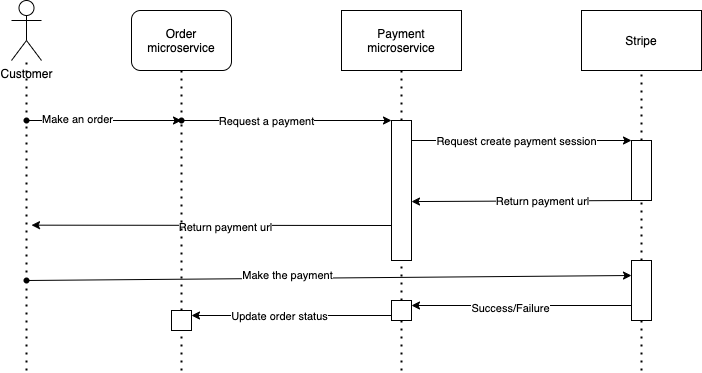
This is flow.drawio.png from ltlkong/stripe-payment, a draw.io export, as it was before one commit. Source tidied: cells renumbered, new cells last; positions are measured from the earlier drawing's top-left corner, leaving out a move shared by most shapes. Source of this version:
```xml
<mxGraphModel>
  <root>
    <mxCell id="0" />
    <mxCell id="1" parent="0" />
    <mxCell id="2" value="Payment microservice" style="rounded=0;whiteSpace=wrap;html=1;" parent="1" vertex="1">
      <mxGeometry x="335" y="10" width="120" height="60" as="geometry" />
    </mxCell>
    <mxCell id="3" value="Stripe" style="rounded=0;whiteSpace=wrap;html=1;" parent="1" vertex="1">
      <mxGeometry x="575" y="10" width="120" height="60" as="geometry" />
    </mxCell>
    <mxCell id="4" style="endArrow=none;dashed=1;html=1;dashPattern=1 3;strokeWidth=2;entryX=0.5;entryY=1;entryDx=0;entryDy=0;startArrow=none;" parent="1" edge="1" source="11" target="2">
      <mxGeometry relative="1" as="geometry" />
    </mxCell>
    <mxCell id="5" style="endArrow=none;dashed=1;html=1;dashPattern=1 3;strokeWidth=2;entryX=0.5;entryY=1;entryDx=0;entryDy=0;startArrow=none;" parent="1" edge="1" source="21" target="3">
      <mxGeometry relative="1" as="geometry" />
    </mxCell>
    <mxCell id="6" value="Order microservice" style="rounded=1;whiteSpace=wrap;html=1;" parent="1" vertex="1">
      <mxGeometry x="125" y="10" width="100" height="60" as="geometry" />
    </mxCell>
    <mxCell id="7" style="edgeStyle=none;html=1;entryX=0;entryY=0;entryDx=0;entryDy=0;" parent="1" edge="1" target="21">
      <mxGeometry relative="1" as="geometry">
        <mxPoint x="405" y="140" as="sourcePoint" />
      </mxGeometry>
    </mxCell>
    <mxCell id="8" value="Request create payment session" style="edgeLabel;html=1;align=center;verticalAlign=middle;" parent="7" vertex="1">
      <mxGeometry x="-0.05" relative="1" as="geometry" />
    </mxCell>
    <mxCell id="9" style="edgeStyle=none;html=1;exitX=0;exitY=0.75;exitDx=0;exitDy=0;" parent="1" edge="1" source="11">
      <mxGeometry relative="1" as="geometry">
        <mxPoint x="25" y="224.7" as="targetPoint" />
      </mxGeometry>
    </mxCell>
    <mxCell id="10" value="Return payment url" style="edgeLabel;html=1;align=center;verticalAlign=middle;" parent="9" vertex="1">
      <mxGeometry x="-0.07" y="2" relative="1" as="geometry" />
    </mxCell>
    <mxCell id="11" style="rounded=0;whiteSpace=wrap;html=1;" parent="1" vertex="1">
      <mxGeometry x="385" y="120" width="20" height="140" as="geometry" />
    </mxCell>
    <mxCell id="12" style="endArrow=none;dashed=1;html=1;dashPattern=1 3;strokeWidth=2;entryX=0.5;entryY=1;entryDx=0;entryDy=0;startArrow=none;" parent="1" edge="1" source="39" target="11">
      <mxGeometry relative="1" as="geometry" />
    </mxCell>
    <mxCell id="13" style="endArrow=none;dashed=1;html=1;dashPattern=1 3;strokeWidth=2;entryX=0.5;entryY=1;entryDx=0;entryDy=0;startArrow=none;" parent="1" edge="1" source="17" target="6">
      <mxGeometry relative="1" as="geometry" />
    </mxCell>
    <mxCell id="14" style="edgeStyle=none;html=1;entryX=0;entryY=0;entryDx=0;entryDy=0;startArrow=none;" parent="1" edge="1" source="17" target="11">
      <mxGeometry relative="1" as="geometry" />
    </mxCell>
    <mxCell id="15" value="Request a payment" style="edgeLabel;html=1;align=center;verticalAlign=middle;" parent="14" vertex="1">
      <mxGeometry x="-0.2" relative="1" as="geometry" />
    </mxCell>
    <mxCell id="16" style="endArrow=none;dashed=1;html=1;dashPattern=1 3;strokeWidth=2;startArrow=none;" parent="1" edge="1" source="41">
      <mxGeometry relative="1" as="geometry">
        <mxPoint x="175" y="120" as="targetPoint" />
      </mxGeometry>
    </mxCell>
    <mxCell id="17" style="shape=waypoint;sketch=0;fillStyle=solid;size=6;points=[];fillColor=none;perimeter=centerPerimeter;snapToPoint=1;" parent="1" vertex="1">
      <mxGeometry x="155" y="100" width="40" height="40" as="geometry" />
    </mxCell>
    <mxCell id="18" style="edgeStyle=none;html=1;entryDx=0;entryDy=0;endArrow=none;" parent="1" edge="1" target="17">
      <mxGeometry relative="1" as="geometry">
        <mxPoint x="175" y="120" as="sourcePoint" />
      </mxGeometry>
    </mxCell>
    <mxCell id="19" style="edgeStyle=none;html=1;exitX=0;exitY=1;exitDx=0;exitDy=0;entryX=1;entryY=0.579;entryDx=0;entryDy=0;entryPerimeter=0;" parent="1" edge="1" source="21" target="11">
      <mxGeometry relative="1" as="geometry" />
    </mxCell>
    <mxCell id="20" value="Return payment url" style="edgeLabel;html=1;align=center;verticalAlign=middle;" parent="19" vertex="1">
      <mxGeometry x="-0.18" relative="1" as="geometry" />
    </mxCell>
    <mxCell id="21" style="rounded=0;whiteSpace=wrap;html=1;" parent="1" vertex="1">
      <mxGeometry x="625" y="140" width="20" height="60" as="geometry" />
    </mxCell>
    <mxCell id="22" style="endArrow=none;dashed=1;html=1;dashPattern=1 3;strokeWidth=2;entryX=0.5;entryY=1;entryDx=0;entryDy=0;startArrow=none;" parent="1" edge="1" source="35" target="21">
      <mxGeometry relative="1" as="geometry" />
    </mxCell>
    <mxCell id="23" value="Customer" style="shape=umlActor;verticalLabelPosition=bottom;verticalAlign=top;html=1;outlineConnect=0;" parent="1" vertex="1">
      <mxGeometry x="5" width="30" height="60" as="geometry" />
    </mxCell>
    <mxCell id="24" style="endArrow=none;dashed=1;html=1;dashPattern=1 3;strokeWidth=2;startArrow=none;" parent="1" edge="1" source="27" target="23">
      <mxGeometry relative="1" as="geometry" />
    </mxCell>
    <mxCell id="25" style="edgeStyle=none;html=1;entryX=0.475;entryY=0.65;entryDx=0;entryDy=0;entryPerimeter=0;" parent="1" edge="1" source="27" target="17">
      <mxGeometry relative="1" as="geometry" />
    </mxCell>
    <mxCell id="26" value="Make an order" style="edgeLabel;html=1;align=center;verticalAlign=middle;" parent="25" vertex="1">
      <mxGeometry x="-0.34" y="2" relative="1" as="geometry">
        <mxPoint x="-1" as="offset" />
      </mxGeometry>
    </mxCell>
    <mxCell id="27" style="shape=waypoint;sketch=0;fillStyle=solid;size=6;points=[];fillColor=none;perimeter=centerPerimeter;snapToPoint=1;" parent="1" vertex="1">
      <mxGeometry y="100" width="40" height="40" as="geometry" />
    </mxCell>
    <mxCell id="28" style="endArrow=none;dashed=1;html=1;dashPattern=1 3;strokeWidth=2;startArrow=none;" parent="1" edge="1" source="31" target="27">
      <mxGeometry relative="1" as="geometry" />
    </mxCell>
    <mxCell id="29" style="edgeStyle=none;html=1;entryX=0;entryY=0.25;entryDx=0;entryDy=0;" parent="1" edge="1" source="31" target="35">
      <mxGeometry relative="1" as="geometry" />
    </mxCell>
    <mxCell id="30" value="Make the payment" style="edgeLabel;html=1;align=center;verticalAlign=middle;" parent="29" vertex="1">
      <mxGeometry x="-0.14" y="3" relative="1" as="geometry" />
    </mxCell>
    <mxCell id="31" style="shape=waypoint;sketch=0;fillStyle=solid;size=6;points=[];fillColor=none;perimeter=centerPerimeter;snapToPoint=1;" parent="1" vertex="1">
      <mxGeometry y="260" width="40" height="40" as="geometry" />
    </mxCell>
    <mxCell id="32" style="endArrow=none;dashed=1;html=1;dashPattern=1 3;strokeWidth=2;" parent="1" edge="1" target="31">
      <mxGeometry relative="1" as="geometry">
        <mxPoint x="20" y="370" as="sourcePoint" />
      </mxGeometry>
    </mxCell>
    <mxCell id="33" style="edgeStyle=none;html=1;exitX=0;exitY=0.75;exitDx=0;exitDy=0;entryX=1;entryY=0.25;entryDx=0;entryDy=0;" parent="1" edge="1" source="35" target="39">
      <mxGeometry relative="1" as="geometry" />
    </mxCell>
    <mxCell id="34" value="Success/Failure" style="edgeLabel;html=1;align=center;verticalAlign=middle;" parent="33" vertex="1">
      <mxGeometry x="0.1" y="2" relative="1" as="geometry" />
    </mxCell>
    <mxCell id="35" style="rounded=0;whiteSpace=wrap;html=1;" parent="1" vertex="1">
      <mxGeometry x="625" y="260" width="20" height="60" as="geometry" />
    </mxCell>
    <mxCell id="36" style="endArrow=none;dashed=1;html=1;dashPattern=1 3;strokeWidth=2;entryX=0.5;entryY=1;entryDx=0;entryDy=0;" parent="1" edge="1" target="35">
      <mxGeometry relative="1" as="geometry">
        <mxPoint x="635" y="370" as="sourcePoint" />
      </mxGeometry>
    </mxCell>
    <mxCell id="37" style="edgeStyle=none;html=1;exitX=0;exitY=0.75;exitDx=0;exitDy=0;entryX=1;entryY=0.25;entryDx=0;entryDy=0;" parent="1" edge="1" source="39" target="41">
      <mxGeometry relative="1" as="geometry" />
    </mxCell>
    <mxCell id="38" value="Update order status" style="edgeLabel;html=1;align=center;verticalAlign=middle;" parent="37" vertex="1">
      <mxGeometry x="0.12" relative="1" as="geometry" />
    </mxCell>
    <mxCell id="39" style="rounded=0;whiteSpace=wrap;html=1;" parent="1" vertex="1">
      <mxGeometry x="385" y="300" width="20" height="20" as="geometry" />
    </mxCell>
    <mxCell id="40" style="endArrow=none;dashed=1;html=1;dashPattern=1 3;strokeWidth=2;entryX=0.5;entryY=1;entryDx=0;entryDy=0;" parent="1" edge="1" target="39">
      <mxGeometry relative="1" as="geometry">
        <mxPoint x="395" y="370" as="sourcePoint" />
      </mxGeometry>
    </mxCell>
    <mxCell id="41" style="rounded=0;whiteSpace=wrap;html=1;" parent="1" vertex="1">
      <mxGeometry x="165" y="310" width="20" height="20" as="geometry" />
    </mxCell>
    <mxCell id="42" style="endArrow=none;dashed=1;html=1;dashPattern=1 3;strokeWidth=2;" parent="1" edge="1" target="41">
      <mxGeometry relative="1" as="geometry">
        <mxPoint x="175" y="370" as="sourcePoint" />
      </mxGeometry>
    </mxCell>
  </root>
</mxGraphModel>
```
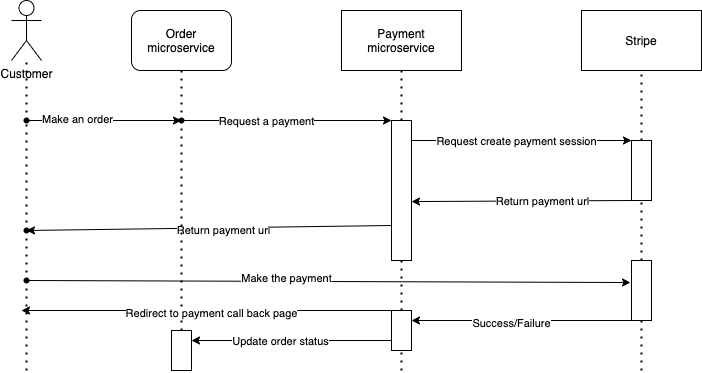
The same file after the commit.

Diff of the diagram source:
```diff
@@ -25,10 +25,8 @@
     <mxCell id="8" value="Request create payment session" style="edgeLabel;html=1;align=center;verticalAlign=middle;" parent="7" vertex="1">
       <mxGeometry x="-0.05" relative="1" as="geometry" />
     </mxCell>
-    <mxCell id="9" style="edgeStyle=none;html=1;exitX=0;exitY=0.75;exitDx=0;exitDy=0;" parent="1" edge="1" source="11">
-      <mxGeometry relative="1" as="geometry">
-        <mxPoint x="25" y="224.7" as="targetPoint" />
-      </mxGeometry>
+    <mxCell id="9" style="edgeStyle=none;html=1;exitX=0;exitY=0.75;exitDx=0;exitDy=0;entryX=0.625;entryY=0.5;entryDx=0;entryDy=0;entryPerimeter=0;" parent="1" edge="1" source="11" target="45">
+      <mxGeometry relative="1" as="geometry" />
     </mxCell>
     <mxCell id="10" value="Return payment url" style="edgeLabel;html=1;align=center;verticalAlign=middle;" parent="9" vertex="1">
       <mxGeometry x="-0.07" y="2" relative="1" as="geometry" />
@@ -90,10 +88,10 @@
     <mxCell id="27" style="shape=waypoint;sketch=0;fillStyle=solid;size=6;points=[];fillColor=none;perimeter=centerPerimeter;snapToPoint=1;" parent="1" vertex="1">
       <mxGeometry y="100" width="40" height="40" as="geometry" />
     </mxCell>
-    <mxCell id="28" style="endArrow=none;dashed=1;html=1;dashPattern=1 3;strokeWidth=2;startArrow=none;" parent="1" edge="1" source="31" target="27">
+    <mxCell id="28" style="endArrow=none;dashed=1;html=1;dashPattern=1 3;strokeWidth=2;startArrow=none;" parent="1" edge="1" source="45" target="27">
       <mxGeometry relative="1" as="geometry" />
     </mxCell>
-    <mxCell id="29" style="edgeStyle=none;html=1;entryX=0;entryY=0.25;entryDx=0;entryDy=0;" parent="1" edge="1" source="31" target="35">
+    <mxCell id="29" style="edgeStyle=none;html=1;entryX=-0.05;entryY=0.367;entryDx=0;entryDy=0;entryPerimeter=0;" parent="1" edge="1" source="31" target="35">
       <mxGeometry relative="1" as="geometry" />
     </mxCell>
     <mxCell id="30" value="Make the payment" style="edgeLabel;html=1;align=center;verticalAlign=middle;" parent="29" vertex="1">
@@ -102,12 +100,12 @@
     <mxCell id="31" style="shape=waypoint;sketch=0;fillStyle=solid;size=6;points=[];fillColor=none;perimeter=centerPerimeter;snapToPoint=1;" parent="1" vertex="1">
       <mxGeometry y="260" width="40" height="40" as="geometry" />
     </mxCell>
-    <mxCell id="32" style="endArrow=none;dashed=1;html=1;dashPattern=1 3;strokeWidth=2;" parent="1" edge="1" target="31">
+    <mxCell id="32" style="endArrow=none;dashed=1;html=1;dashPattern=1 3;strokeWidth=2;entryX=0.475;entryY=0.35;entryDx=0;entryDy=0;entryPerimeter=0;" parent="1" edge="1" target="31">
       <mxGeometry relative="1" as="geometry">
         <mxPoint x="20" y="370" as="sourcePoint" />
       </mxGeometry>
     </mxCell>
-    <mxCell id="33" style="edgeStyle=none;html=1;exitX=0;exitY=0.75;exitDx=0;exitDy=0;entryX=1;entryY=0.25;entryDx=0;entryDy=0;" parent="1" edge="1" source="35" target="39">
+    <mxCell id="33" style="edgeStyle=none;html=1;exitX=0;exitY=1;exitDx=0;exitDy=0;entryX=1;entryY=0.25;entryDx=0;entryDy=0;" parent="1" edge="1" source="35" target="39">
       <mxGeometry relative="1" as="geometry" />
     </mxCell>
     <mxCell id="34" value="Success/Failure" style="edgeLabel;html=1;align=center;verticalAlign=middle;" parent="33" vertex="1">
@@ -127,8 +125,16 @@
     <mxCell id="38" value="Update order status" style="edgeLabel;html=1;align=center;verticalAlign=middle;" parent="37" vertex="1">
       <mxGeometry x="0.12" relative="1" as="geometry" />
     </mxCell>
+    <mxCell id="43" style="edgeStyle=none;html=1;exitX=0;exitY=0;exitDx=0;exitDy=0;" parent="1" edge="1" source="39">
+      <mxGeometry relative="1" as="geometry">
+        <mxPoint x="15" y="310" as="targetPoint" />
+      </mxGeometry>
+    </mxCell>
+    <mxCell id="44" value="Redirect to payment call back page" style="edgeLabel;html=1;align=center;verticalAlign=middle;" parent="43" vertex="1">
+      <mxGeometry x="-0.02" y="2" relative="1" as="geometry" />
+    </mxCell>
     <mxCell id="39" style="rounded=0;whiteSpace=wrap;html=1;" parent="1" vertex="1">
-      <mxGeometry x="385" y="300" width="20" height="20" as="geometry" />
+      <mxGeometry x="385" y="310" width="20" height="40" as="geometry" />
     </mxCell>
     <mxCell id="40" style="endArrow=none;dashed=1;html=1;dashPattern=1 3;strokeWidth=2;entryX=0.5;entryY=1;entryDx=0;entryDy=0;" parent="1" edge="1" target="39">
       <mxGeometry relative="1" as="geometry">
@@ -136,12 +142,18 @@
       </mxGeometry>
     </mxCell>
     <mxCell id="41" style="rounded=0;whiteSpace=wrap;html=1;" parent="1" vertex="1">
-      <mxGeometry x="165" y="310" width="20" height="20" as="geometry" />
+      <mxGeometry x="165" y="330" width="20" height="40" as="geometry" />
     </mxCell>
     <mxCell id="42" style="endArrow=none;dashed=1;html=1;dashPattern=1 3;strokeWidth=2;" parent="1" edge="1" target="41">
       <mxGeometry relative="1" as="geometry">
         <mxPoint x="175" y="370" as="sourcePoint" />
       </mxGeometry>
     </mxCell>
+    <mxCell id="45" style="shape=waypoint;sketch=0;fillStyle=solid;size=6;points=[];fillColor=none;perimeter=centerPerimeter;snapToPoint=1;" parent="1" vertex="1">
+      <mxGeometry y="210" width="40" height="40" as="geometry" />
+    </mxCell>
+    <mxCell id="46" style="endArrow=none;dashed=1;html=1;dashPattern=1 3;strokeWidth=2;startArrow=none;" parent="1" edge="1" source="31" target="45">
+      <mxGeometry relative="1" as="geometry" />
+    </mxCell>
   </root>
 </mxGraphModel>
```
